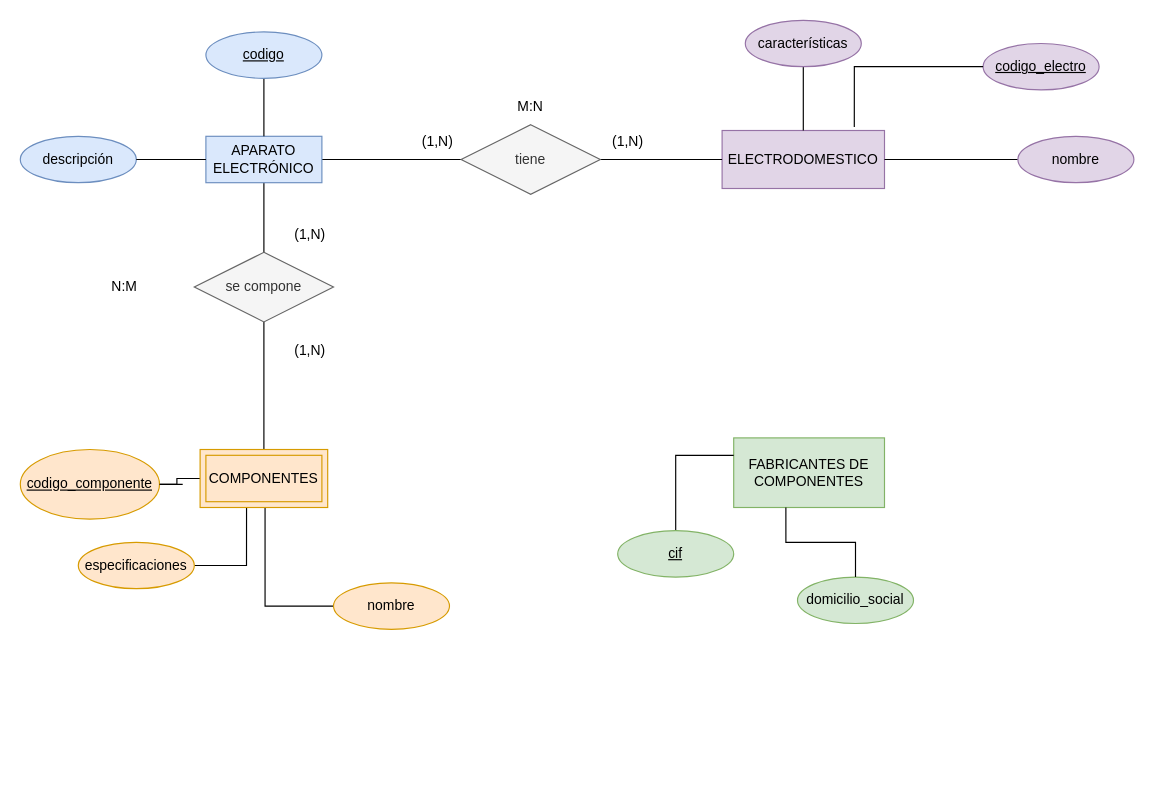
Above: REPASO.drawio in Mharis13/Draw.io (draw.io), before the change. Source tidied: cells renumbered, new cells numbered last; positions are measured from the earlier drawing's top-left corner, leaving out a move shared by most shapes. Both pictures are drawn from the tidied source at 116%, with x=0, y=0 at pixel (20, 20).
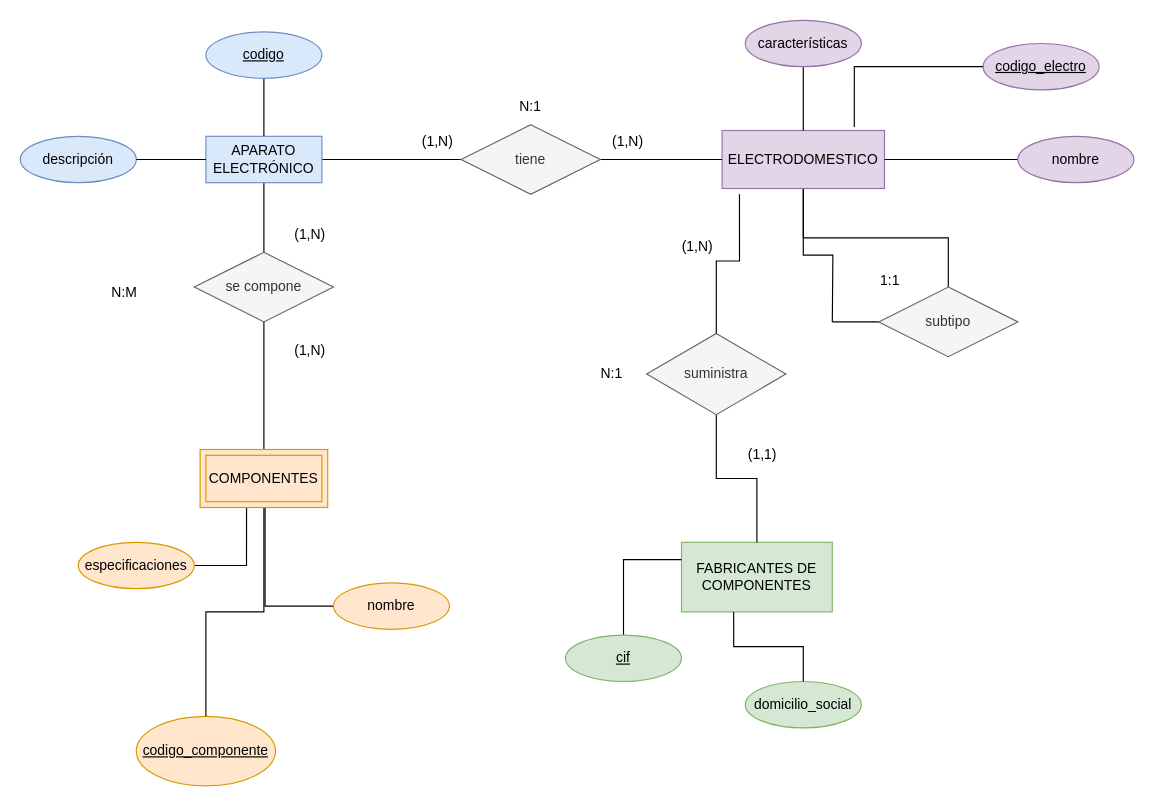
The same page after the edit.

The change refers to these unchanged cells:
```xml
<mxCell id="6" value="ELECTRODOMESTICO" style="whiteSpace=wrap;html=1;align=center;fillColor=#e1d5e7;strokeColor=#9673a6;" parent="1" vertex="1">
  <mxGeometry x="605" y="95" width="140" height="50" as="geometry" />
</mxCell>
```

What changed in the source:
```diff
@@
     <mxCell id="2" value="FABRICANTES DE COMPONENTES" style="whiteSpace=wrap;html=1;align=center;fillColor=#d5e8d4;strokeColor=#82b366;" parent="1" vertex="1">
-      <mxGeometry x="615" y="360" width="130" height="60" as="geometry" />
+      <mxGeometry x="570" y="450" width="130" height="60" as="geometry" />
     </mxCell>
@@
+    <mxCell id="39" style="edgeStyle=orthogonalEdgeStyle;rounded=0;jettySize=auto;html=1;endArrow=none;endFill=0;" parent="1" edge="1" source="6" target="42">
+      <mxGeometry relative="1" as="geometry" />
+    </mxCell>
+    <mxCell id="40" style="edgeStyle=orthogonalEdgeStyle;rounded=0;jettySize=auto;html=1;endArrow=none;endFill=0;" parent="1" edge="1" source="6">
+      <mxGeometry relative="1" as="geometry">
+        <mxPoint x="700" y="260" as="targetPoint" />
+      </mxGeometry>
+    </mxCell>
@@
-    <mxCell id="17" style="edgeStyle=orthogonalEdgeStyle;rounded=0;jettySize=auto;html=1;endArrow=none;endFill=0;" parent="1" edge="1" source="18">
-      <mxGeometry relative="1" as="geometry">
-        <mxPoint x="130" y="400" as="targetPoint" />
-      </mxGeometry>
-    </mxCell>
     <mxCell id="18" value="codigo_componente" style="ellipse;whiteSpace=wrap;html=1;align=center;fontStyle=4;fillColor=#ffe6cc;strokeColor=#d79b00;" parent="1" vertex="1">
-      <mxGeometry y="370" width="120" height="60" as="geometry" />
+      <mxGeometry x="100" y="600" width="120" height="60" as="geometry" />
     </mxCell>
@@
     <mxCell id="24" value="cif" style="ellipse;whiteSpace=wrap;html=1;align=center;fontStyle=4;fillColor=#d5e8d4;strokeColor=#82b366;" parent="1" vertex="1">
-      <mxGeometry x="515" y="440" width="100" height="40" as="geometry" />
+      <mxGeometry x="470" y="530" width="100" height="40" as="geometry" />
     </mxCell>
     <mxCell id="25" value="&lt;div&gt;domicilio_social&lt;/div&gt;" style="ellipse;whiteSpace=wrap;html=1;align=center;fillColor=#d5e8d4;strokeColor=#82b366;" parent="1" vertex="1">
-      <mxGeometry x="670" y="480" width="100" height="40" as="geometry" />
+      <mxGeometry x="625" y="570" width="100" height="40" as="geometry" />
     </mxCell>
@@
-    <mxCell id="31" value="M:N" style="text;html=1;strokeColor=none;fillColor=none;align=center;verticalAlign=middle;whiteSpace=wrap;rounded=0;" parent="1" vertex="1">
+    <mxCell id="31" value="N:1" style="text;html=1;strokeColor=none;fillColor=none;align=center;verticalAlign=middle;whiteSpace=wrap;rounded=0;" parent="1" vertex="1">
       <mxGeometry x="410" y="60" width="60" height="30" as="geometry" />
     </mxCell>
@@
     <mxCell id="38" value="N:M" style="text;html=1;strokeColor=none;fillColor=none;align=center;verticalAlign=middle;whiteSpace=wrap;rounded=0;" parent="1" vertex="1">
-      <mxGeometry x="60" y="215" width="60" height="30" as="geometry" />
+      <mxGeometry x="60" y="220" width="60" height="30" as="geometry" />
     </mxCell>
+    <mxCell id="41" style="edgeStyle=orthogonalEdgeStyle;rounded=0;jettySize=auto;html=1;endArrow=none;endFill=0;" parent="1" edge="1" source="42">
+      <mxGeometry relative="1" as="geometry">
+        <mxPoint x="700" y="260" as="targetPoint" />
+      </mxGeometry>
+    </mxCell>
+    <mxCell id="42" value="subtipo" style="shape=rhombus;perimeter=rhombusPerimeter;whiteSpace=wrap;html=1;align=center;fillColor=#f5f5f5;fontColor=#333333;strokeColor=#666666;" parent="1" vertex="1">
+      <mxGeometry x="740" y="230" width="120" height="60" as="geometry" />
+    </mxCell>
+    <mxCell id="43" style="edgeStyle=orthogonalEdgeStyle;rounded=0;jettySize=auto;html=1;endArrow=none;endFill=0;" parent="1" edge="1" source="44" target="2">
+      <mxGeometry relative="1" as="geometry" />
+    </mxCell>
+    <mxCell id="44" value="&lt;div&gt;suministra&lt;/div&gt;" style="shape=rhombus;perimeter=rhombusPerimeter;whiteSpace=wrap;html=1;align=center;fillColor=#f5f5f5;fontColor=#333333;strokeColor=#666666;" parent="1" vertex="1">
+      <mxGeometry x="540" y="270" width="120" height="70" as="geometry" />
+    </mxCell>
+    <mxCell id="45" style="edgeStyle=orthogonalEdgeStyle;rounded=0;jettySize=auto;html=1;entryX=0.107;entryY=1.1;entryDx=0;entryDy=0;entryPerimeter=0;endArrow=none;endFill=0;" parent="1" edge="1" source="44" target="6">
+      <mxGeometry relative="1" as="geometry" />
+    </mxCell>
+    <mxCell id="46" value="(1,1)" style="text;html=1;strokeColor=none;fillColor=none;align=center;verticalAlign=middle;whiteSpace=wrap;rounded=0;" parent="1" vertex="1">
+      <mxGeometry x="610" y="360" width="60" height="30" as="geometry" />
+    </mxCell>
+    <mxCell id="47" value="(1,N)" style="text;html=1;strokeColor=none;fillColor=none;align=center;verticalAlign=middle;whiteSpace=wrap;rounded=0;" parent="1" vertex="1">
+      <mxGeometry x="554" y="180" width="60" height="30" as="geometry" />
+    </mxCell>
+    <mxCell id="48" value="&lt;div&gt;N:1&lt;/div&gt;" style="text;html=1;strokeColor=none;fillColor=none;align=center;verticalAlign=middle;whiteSpace=wrap;rounded=0;" parent="1" vertex="1">
+      <mxGeometry x="480" y="290" width="60" height="30" as="geometry" />
+    </mxCell>
+    <mxCell id="49" value="1:1" style="text;html=1;strokeColor=none;fillColor=none;align=center;verticalAlign=middle;whiteSpace=wrap;rounded=0;" parent="1" vertex="1">
+      <mxGeometry x="720" y="210" width="60" height="30" as="geometry" />
+    </mxCell>
```
